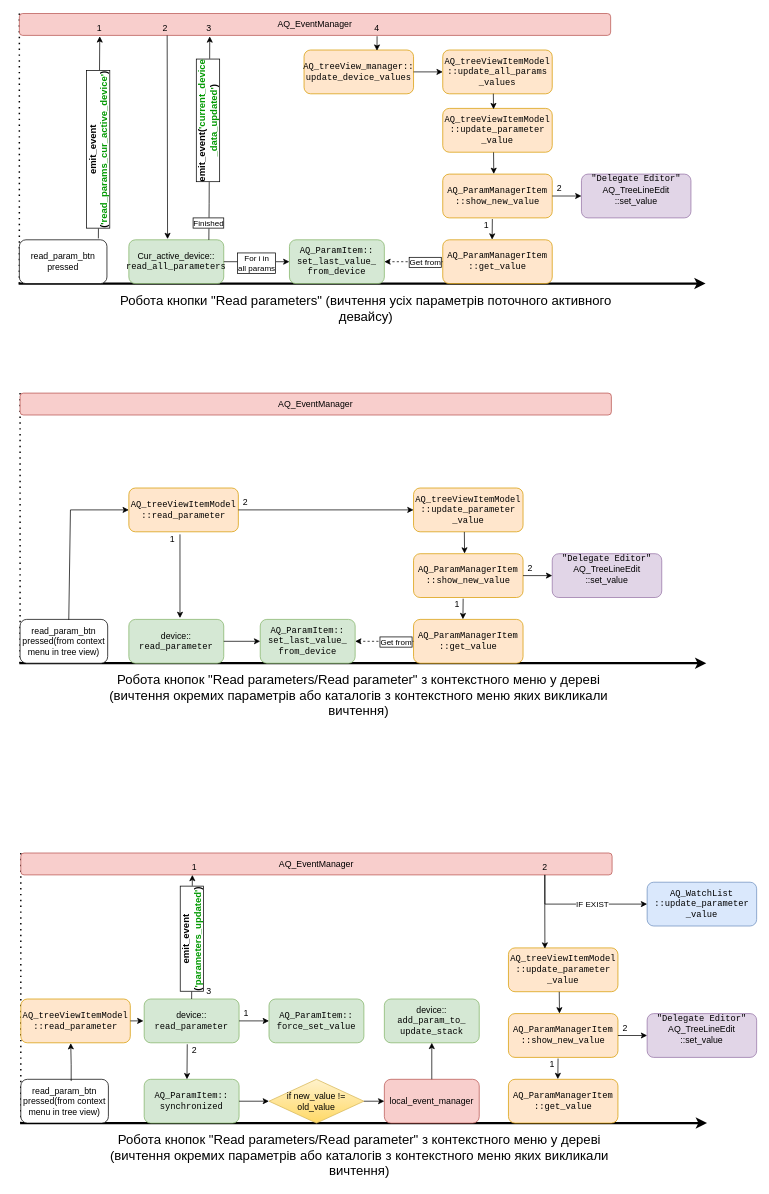
Above: page "Вичтення значення параметру" (6 of 9) of arch.drawio in romangolovkou/AQteck_toolMAX (draw.io), before the change. Source tidied: cells renumbered, new cells numbered last; positions are measured from the earlier drawing's top-left corner, leaving out a move shared by most shapes. Both pictures are drawn from the tidied source at 73%, with x=0, y=0 at pixel (18, 13).
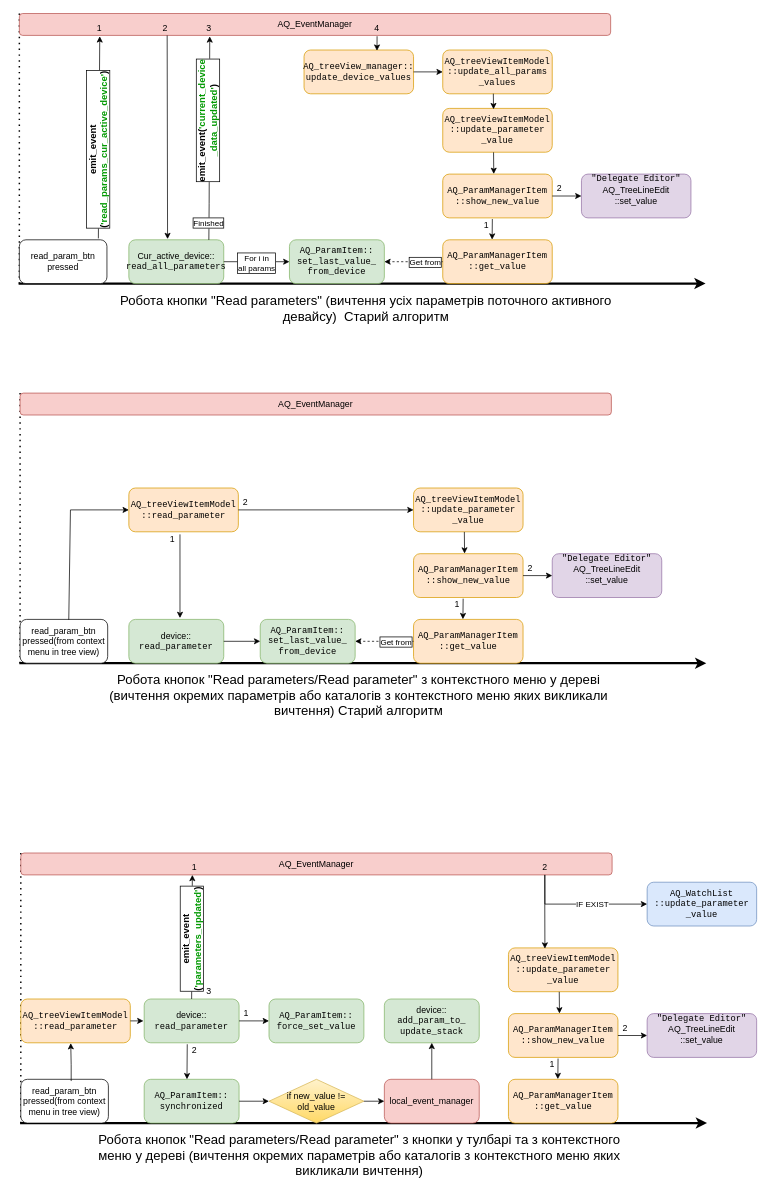
Above is the later version.

Diff of the diagram source:
```diff
@@
-    <mxCell id="53" value="&lt;span style=&quot;font-size: 18px;&quot;&gt;Робота кнопки &quot;Read parameters&quot; (вичтення усіх параметрів поточного активного девайсу)&lt;/span&gt;" style="text;html=1;strokeColor=none;fillColor=none;align=center;verticalAlign=middle;whiteSpace=wrap;rounded=0;" parent="1" vertex="1">
+    <mxCell id="53" value="&lt;span style=&quot;font-size: 18px;&quot;&gt;Робота кнопки &quot;Read parameters&quot; (вичтення усіх параметрів поточного активного девайсу)&amp;nbsp; Старий алгоритм&lt;/span&gt;" style="text;html=1;strokeColor=none;fillColor=none;align=center;verticalAlign=middle;whiteSpace=wrap;rounded=0;" parent="1" vertex="1">
       <mxGeometry x="101" y="370" width="750" height="70" as="geometry" />
     </mxCell>
@@
-    <mxCell id="62" value="&lt;span style=&quot;font-size: 18px;&quot;&gt;Робота кнопок &quot;Read parameters/Read parameter&quot; з контекстного меню у дереві (вичтення окремих параметрів або каталогів з контекстного меню яких викликали вичтення)&lt;/span&gt;" style="text;html=1;strokeColor=none;fillColor=none;align=center;verticalAlign=middle;whiteSpace=wrap;rounded=0;" parent="1" vertex="1">
+    <mxCell id="62" value="&lt;span style=&quot;font-size: 18px;&quot;&gt;Робота кнопок &quot;Read parameters/Read parameter&quot; з контекстного меню у дереві (вичтення окремих параметрів або каталогів з контекстного меню яких викликали вичтення) Старий алгоритм&lt;/span&gt;" style="text;html=1;strokeColor=none;fillColor=none;align=center;verticalAlign=middle;whiteSpace=wrap;rounded=0;" parent="1" vertex="1">
       <mxGeometry x="91" y="900" width="750" height="70" as="geometry" />
     </mxCell>
@@
-    <mxCell id="81" value="&lt;span style=&quot;font-size: 18px;&quot;&gt;Робота кнопок &quot;Read parameters/Read parameter&quot; з контекстного меню у дереві (вичтення окремих параметрів або каталогів з контекстного меню яких викликали вичтення)&lt;/span&gt;" style="text;html=1;strokeColor=none;fillColor=none;align=center;verticalAlign=middle;whiteSpace=wrap;rounded=0;" parent="1" vertex="1">
+    <mxCell id="81" value="&lt;span style=&quot;font-size: 18px;&quot;&gt;Робота кнопок &quot;Read parameters/Read parameter&quot; з кнопки у тулбарі та з контекстного меню у дереві (вичтення окремих параметрів або каталогів з контекстного меню яких викликали вичтення)&lt;/span&gt;" style="text;html=1;strokeColor=none;fillColor=none;align=center;verticalAlign=middle;whiteSpace=wrap;rounded=0;" parent="1" vertex="1">
       <mxGeometry x="92" y="1530" width="750" height="70" as="geometry" />
     </mxCell>
```
